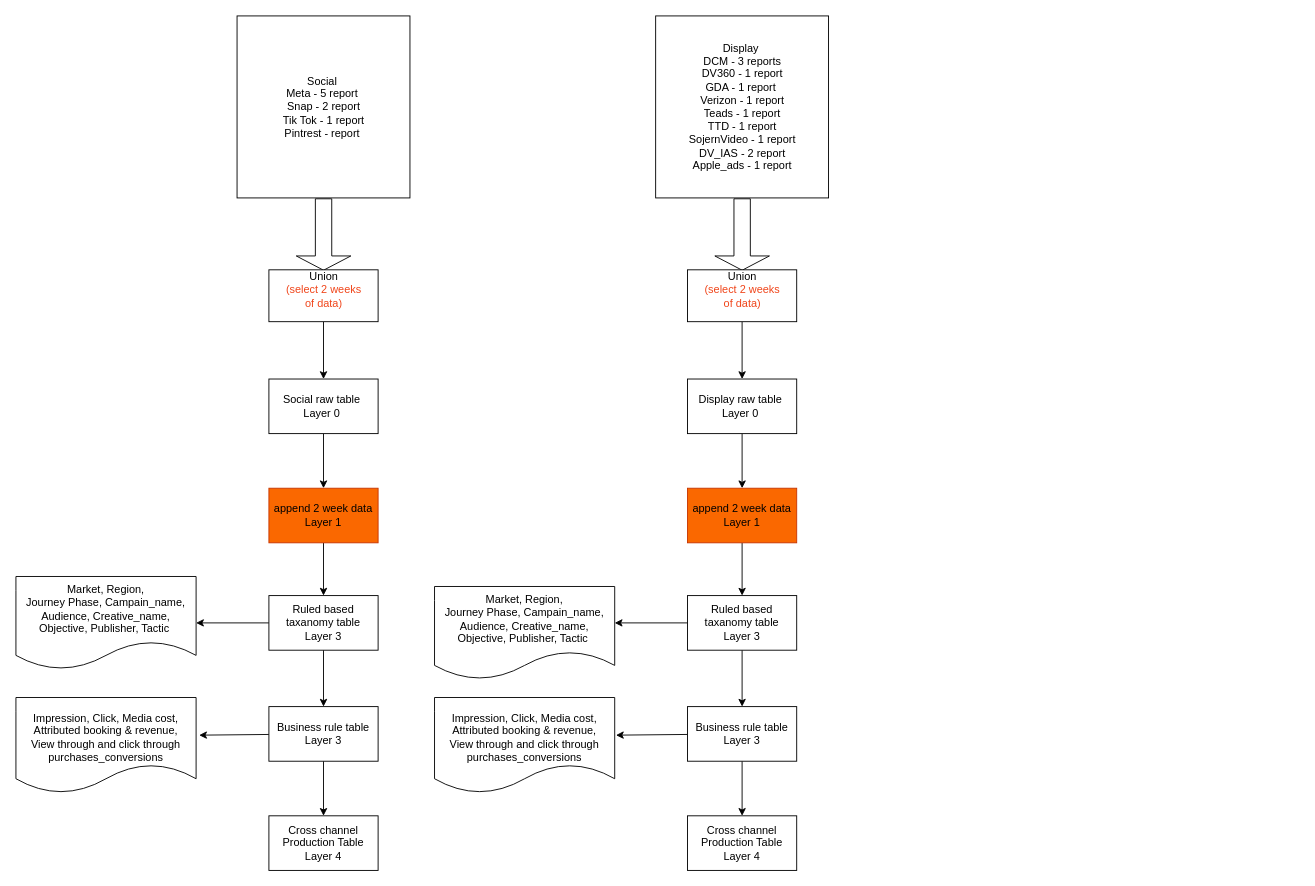
Earlier version of the draw.io diagram page "Page-3" (3 of 3) of Re-Architecture Marriott.drawio (mundimark/awesome-markdown-editors). Source tidied: cells renumbered, new cells numbered last; positions are measured from the earlier drawing's top-left corner, leaving out a move shared by most shapes. Both pictures are drawn from the tidied source at 91%, with x=0, y=0 at pixel (15, 15).
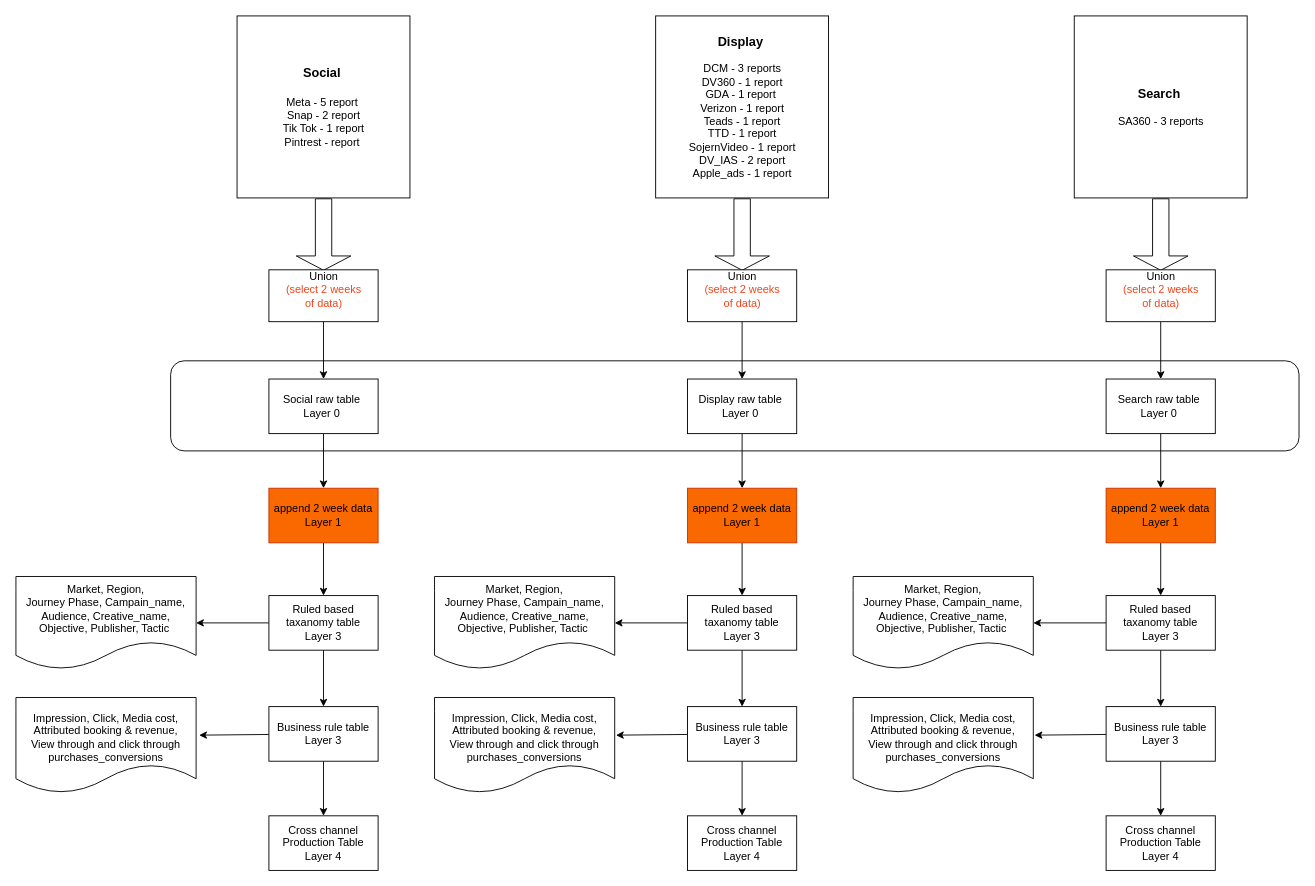
After the change.

The edit, as a diff of the source:
```diff
@@
+    <mxCell id="36" value="&lt;p&gt;&lt;br&gt;&lt;/p&gt;" style="rounded=1;whiteSpace=wrap;html=1;fontSize=14;fontColor=#4CF01A;align=left;" parent="1" vertex="1">
+      <mxGeometry x="170" y="379" width="1240" height="99" as="geometry" />
+    </mxCell>
-    <mxCell id="2" value="Social&amp;nbsp;&lt;br&gt;Meta - 5 report&amp;nbsp;&lt;br&gt;Snap - 2 report&lt;br&gt;Tik Tok - 1 report&lt;br&gt;Pintrest - report&amp;nbsp;" style="html=1;dashed=0;whitespace=wrap;" parent="1" vertex="1">
+    <mxCell id="2" value="&lt;font style=&quot;font-size: 14px&quot;&gt;&lt;b&gt;Social&amp;nbsp;&lt;br&gt;&lt;br&gt;&lt;/b&gt;&lt;/font&gt;Meta - 5 report&amp;nbsp;&lt;br&gt;Snap - 2 report&lt;br&gt;Tik Tok - 1 report&lt;br&gt;Pintrest - report&amp;nbsp;" style="html=1;dashed=0;whitespace=wrap;" parent="1" vertex="1">
       <mxGeometry x="243" width="190" height="200" as="geometry" />
     </mxCell>
@@
-    <mxCell id="18" value="Display&amp;nbsp;&lt;br&gt;DCM - 3 reports&lt;br&gt;DV360 - 1 report&lt;br&gt;GDA - 1 report&amp;nbsp;&lt;br&gt;Verizon - 1 report&lt;br&gt;Teads - 1 report&lt;br&gt;TTD - 1 report&lt;br&gt;SojernVideo - 1 report&lt;br&gt;DV_IAS - 2 report&lt;br&gt;Apple_ads - 1 report" style="html=1;dashed=0;whitespace=wrap;" parent="1" vertex="1">
+    <mxCell id="18" value="&lt;font style=&quot;font-size: 14px&quot;&gt;&lt;b&gt;Display&amp;nbsp;&lt;br&gt;&lt;/b&gt;&lt;/font&gt;&lt;br&gt;DCM - 3 reports&lt;br&gt;DV360 - 1 report&lt;br&gt;GDA - 1 report&amp;nbsp;&lt;br&gt;Verizon - 1 report&lt;br&gt;Teads - 1 report&lt;br&gt;TTD - 1 report&lt;br&gt;SojernVideo - 1 report&lt;br&gt;DV_IAS - 2 report&lt;br&gt;Apple_ads - 1 report" style="html=1;dashed=0;whitespace=wrap;" parent="1" vertex="1">
       <mxGeometry x="703" width="190" height="200" as="geometry" />
     </mxCell>
@@
     <mxCell id="35" value="Market, Region,&lt;br&gt;Journey Phase, Campain_name,&lt;br&gt;Audience, Creative_name,&lt;br&gt;Objective, Publisher, Tactic&amp;nbsp;" style="shape=document;whiteSpace=wrap;html=1;boundedLbl=1;dashed=0;" parent="1" vertex="1">
-      <mxGeometry x="460" y="627" width="198" height="102" as="geometry" />
+      <mxGeometry x="460" y="616" width="198" height="102" as="geometry" />
     </mxCell>
+    <mxCell id="37" value="&lt;b&gt;&lt;font style=&quot;font-size: 14px&quot;&gt;Search&amp;nbsp;&lt;br&gt;&lt;/font&gt;&lt;/b&gt;&lt;br&gt;SA360 - 3 reports&lt;br&gt;" style="html=1;dashed=0;whitespace=wrap;" parent="1" vertex="1">
+      <mxGeometry x="1163" width="190" height="200" as="geometry" />
+    </mxCell>
+    <mxCell id="38" style="shape=singleArrow;whiteSpace=wrap;html=1;rotation=90;" parent="1" vertex="1">
+      <mxGeometry x="1218.8" y="210.2" width="78.5" height="60" as="geometry" />
+    </mxCell>
+    <mxCell id="39" style="edgeStyle=none;html=1;entryX=0.5;entryY=0;entryDx=0;entryDy=0;" parent="1" edge="1" source="40" target="42">
+      <mxGeometry relative="1" as="geometry" />
+    </mxCell>
+    <mxCell id="40" value="Union&lt;br&gt;&lt;font color=&quot;#f0451a&quot;&gt;(select 2 weeks&lt;br&gt;of data)&lt;/font&gt;&lt;br&gt;&amp;nbsp;" style="html=1;dashed=0;whitespace=wrap;" parent="1" vertex="1">
+      <mxGeometry x="1198" y="279" width="120" height="57" as="geometry" />
+    </mxCell>
+    <mxCell id="41" style="edgeStyle=none;html=1;" parent="1" edge="1" source="42" target="44">
+      <mxGeometry relative="1" as="geometry" />
+    </mxCell>
+    <mxCell id="42" value="Search raw table&amp;nbsp;&lt;br&gt;Layer 0&amp;nbsp;" style="whiteSpace=wrap;html=1;dashed=0;" parent="1" vertex="1">
+      <mxGeometry x="1198" y="399" width="120" height="60" as="geometry" />
+    </mxCell>
+    <mxCell id="43" style="edgeStyle=none;html=1;" parent="1" edge="1" source="44" target="47">
+      <mxGeometry relative="1" as="geometry" />
+    </mxCell>
+    <mxCell id="44" value="append 2 week data&lt;br&gt;Layer 1" style="whiteSpace=wrap;html=1;dashed=0;fillColor=#fa6800;fontColor=#000000;strokeColor=#C73500;" parent="1" vertex="1">
+      <mxGeometry x="1198" y="519" width="120" height="60" as="geometry" />
+    </mxCell>
+    <mxCell id="45" style="edgeStyle=none;html=1;" parent="1" edge="1" source="47" target="50">
+      <mxGeometry relative="1" as="geometry" />
+    </mxCell>
+    <mxCell id="46" style="edgeStyle=none;html=1;" parent="1" edge="1" source="47">
+      <mxGeometry relative="1" as="geometry">
+        <mxPoint x="1118" y="667" as="targetPoint" />
+      </mxGeometry>
+    </mxCell>
+    <mxCell id="47" value="Ruled based taxanomy table&lt;br&gt;Layer 3" style="whiteSpace=wrap;html=1;dashed=0;" parent="1" vertex="1">
+      <mxGeometry x="1198" y="637" width="120" height="60" as="geometry" />
+    </mxCell>
+    <mxCell id="48" style="edgeStyle=none;html=1;" parent="1" edge="1" source="50" target="51">
+      <mxGeometry relative="1" as="geometry" />
+    </mxCell>
+    <mxCell id="49" style="edgeStyle=none;html=1;entryX=1.007;entryY=0.394;entryDx=0;entryDy=0;entryPerimeter=0;" parent="1" edge="1" source="50" target="52">
+      <mxGeometry relative="1" as="geometry" />
+    </mxCell>
+    <mxCell id="50" value="Business rule table&lt;br&gt;Layer 3" style="whiteSpace=wrap;html=1;dashed=0;" parent="1" vertex="1">
+      <mxGeometry x="1198" y="759" width="120" height="60" as="geometry" />
+    </mxCell>
+    <mxCell id="51" value="Cross channel Production Table&lt;br&gt;Layer 4" style="whiteSpace=wrap;html=1;dashed=0;" parent="1" vertex="1">
+      <mxGeometry x="1198" y="879" width="120" height="60" as="geometry" />
+    </mxCell>
+    <mxCell id="52" value="&lt;br&gt;Impression, Click, Media cost, Attributed booking &amp;amp; revenue,&lt;br&gt;View through and click through purchases_conversions" style="shape=document;whiteSpace=wrap;html=1;boundedLbl=1;dashed=0;" parent="1" vertex="1">
+      <mxGeometry x="920" y="749" width="198" height="105" as="geometry" />
+    </mxCell>
+    <mxCell id="53" value="Market, Region,&lt;br&gt;Journey Phase, Campain_name,&lt;br&gt;Audience, Creative_name,&lt;br&gt;Objective, Publisher, Tactic&amp;nbsp;" style="shape=document;whiteSpace=wrap;html=1;boundedLbl=1;dashed=0;" parent="1" vertex="1">
+      <mxGeometry x="920" y="616" width="198" height="102" as="geometry" />
+    </mxCell>
+    <mxCell id="54" value="&lt;font color=&quot;#ffffff&quot;&gt;Layer 0&lt;/font&gt;" style="text;html=1;align=center;verticalAlign=middle;fillColor=none;strokeColor=none;rounded=0;fontSize=14;fontColor=#4CF01A;" parent="1" vertex="1">
+      <mxGeometry x="170" y="379" width="60" height="20" as="geometry" />
+    </mxCell>
```
